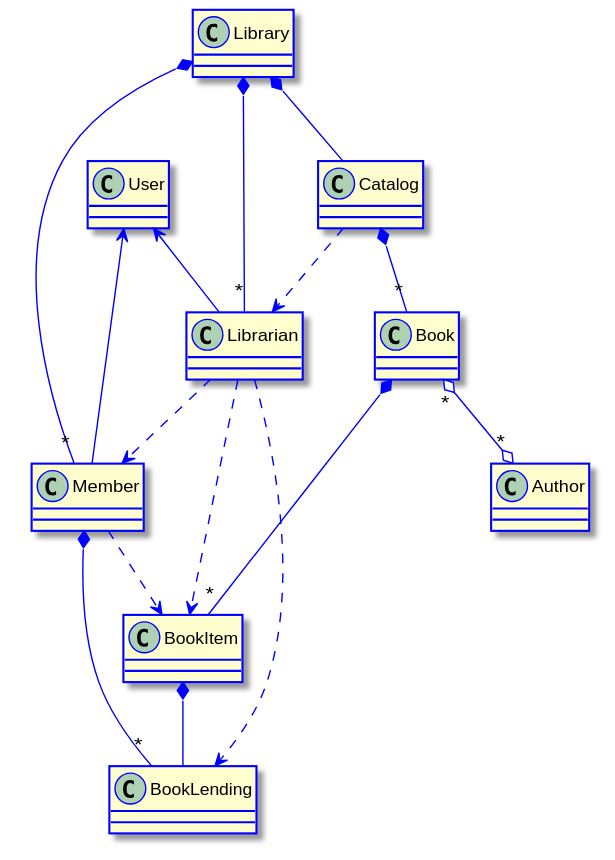
The PlantUML diagram reveal/site/img/complex-class-relation.svg in viebel/slides.klipse.tech, before a commit. Source of this version:
```plantuml
@startuml
!include SkinParamClass.iuml

Library      *-- Catalog
Library      *-r- "*" Librarian
Library      *-r- "*" Member

Catalog      ..> Librarian
Catalog      *-- "*" Book

Book         *-- "*" BookItem
Book         "*" o--o "*" Author

BookItem     *-- BookLending

Member       -u-> User
Member       *-- "*" BookLending
Member       ..> BookItem

Librarian    -u-> User
Librarian    ..> BookLending
Librarian    ..> BookItem
Librarian    ..> Member

@enduml
```
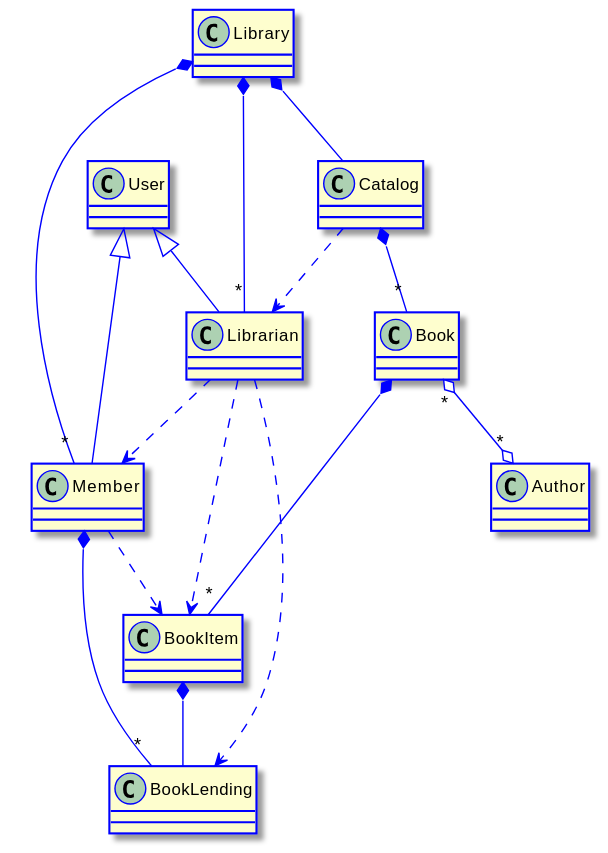
Later version of the same file.

Diff of the diagram source:
```diff
@@ -13,11 +13,11 @@
 
 BookItem     *-- BookLending
 
-Member       -u-> User
+Member       -u-|> User
 Member       *-- "*" BookLending
 Member       ..> BookItem
 
-Librarian    -u-> User
+Librarian    -u-|> User
 Librarian    ..> BookLending
 Librarian    ..> BookItem
 Librarian    ..> Member
```
